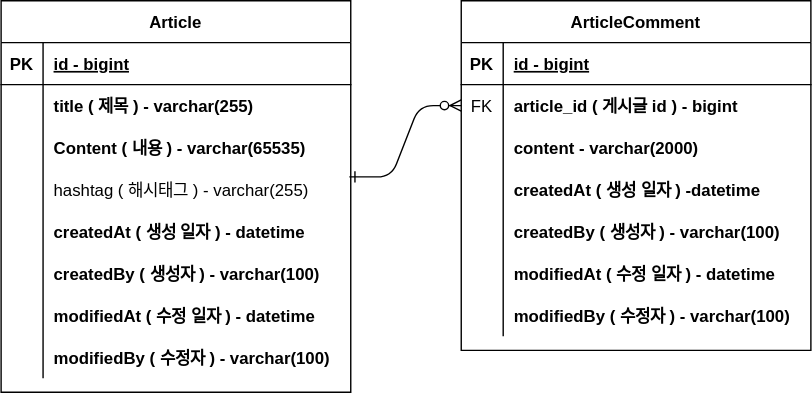
This is document/project-board-erd.svg from glassduck/board-project, a draw.io export, as it was before one commit. Source tidied: cells renumbered, new cells last; positions are measured from the earlier drawing's top-left corner, leaving out a move shared by most shapes.
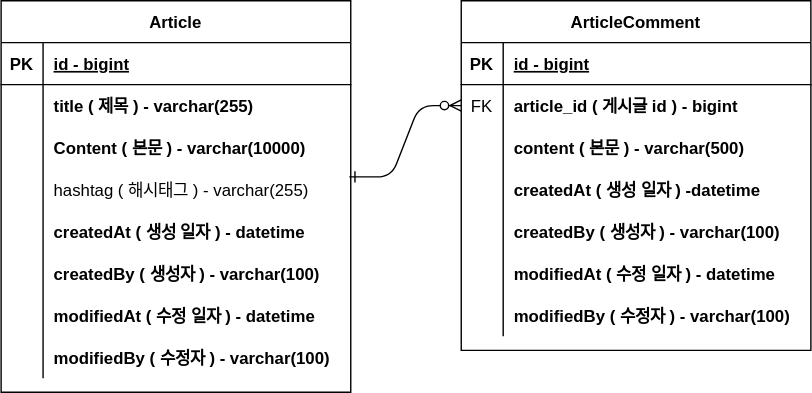
After the change.

Commit message:
#10 - ERD 업데이트 : 본문 컬럼 크기 조정

Change to the diagram source:
```diff
@@ -32,7 +32,7 @@
     <mxCell id="11" style="shape=partialRectangle;overflow=hidden;fillColor=none;top=0;left=0;bottom=0;right=0;" parent="10" vertex="1">
       <mxGeometry width="30" height="30" as="geometry" />
     </mxCell>
-    <mxCell id="12" value="content - varchar(2000)" style="shape=partialRectangle;overflow=hidden;fillColor=none;top=0;left=0;bottom=0;right=0;align=left;spacingLeft=6;fontStyle=1;" parent="10" vertex="1">
+    <mxCell id="12" value="content ( 본문 ) - varchar(500)" style="shape=partialRectangle;overflow=hidden;fillColor=none;top=0;left=0;bottom=0;right=0;align=left;spacingLeft=6;fontStyle=1;" parent="10" vertex="1">
       <mxGeometry x="30" width="220" height="30" as="geometry" />
     </mxCell>
     <mxCell id="13" style="shape=partialRectangle;fillColor=none;top=0;left=0;right=0;bottom=0;" parent="3" vertex="1">
@@ -98,7 +98,7 @@
     <mxCell id="33" style="shape=partialRectangle;overflow=hidden;fillColor=none;top=0;left=0;bottom=0;right=0;" parent="32" vertex="1">
       <mxGeometry width="30" height="30" as="geometry" />
     </mxCell>
-    <mxCell id="34" value="Content ( 내용 ) - varchar(65535)" style="shape=partialRectangle;overflow=hidden;fillColor=none;top=0;left=0;bottom=0;right=0;align=left;spacingLeft=6;fontStyle=1;" parent="32" vertex="1">
+    <mxCell id="34" value="Content ( 본문 ) - varchar(10000)" style="shape=partialRectangle;overflow=hidden;fillColor=none;top=0;left=0;bottom=0;right=0;align=left;spacingLeft=6;fontStyle=1;" parent="32" vertex="1">
       <mxGeometry x="30" width="220" height="30" as="geometry" />
     </mxCell>
     <mxCell id="35" style="shape=partialRectangle;fillColor=none;points=[[0,0.5],[1,0.5]];portConstraint=eastwest;top=0;left=0;right=0;bottom=0;" parent="25" vertex="1">
```
